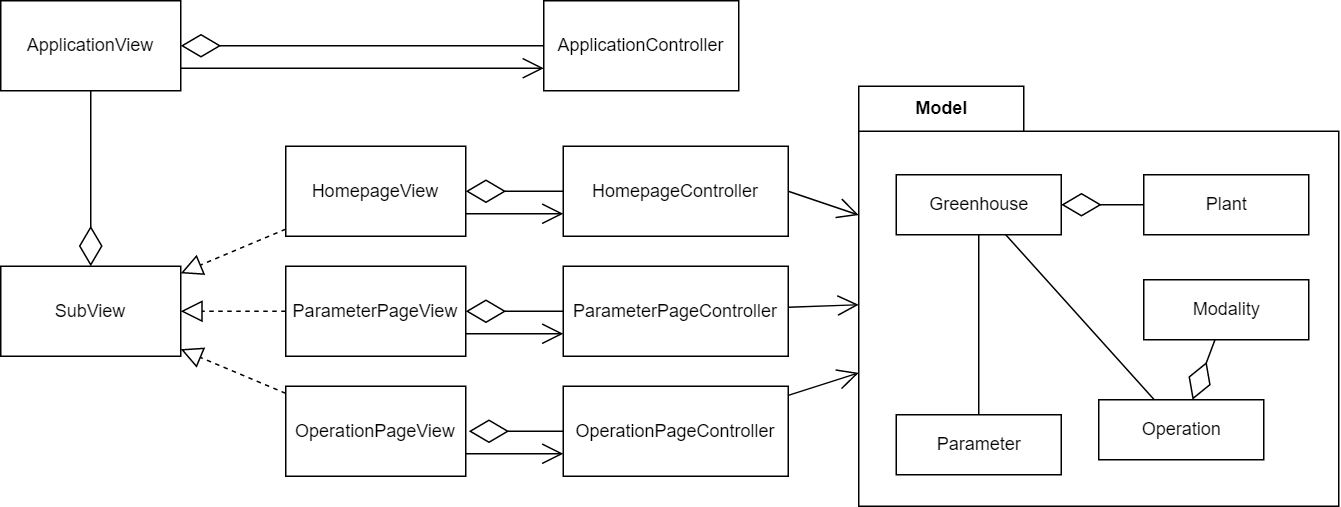
Before: docs/design/detailedDesign/img/desktop_classi.png, a diagram exported from draw.io (SmartGreenhouse-PC/Report). Source tidied: cells renumbered, new cells last; positions are measured from the earlier drawing's top-left corner, leaving out a move shared by most shapes.
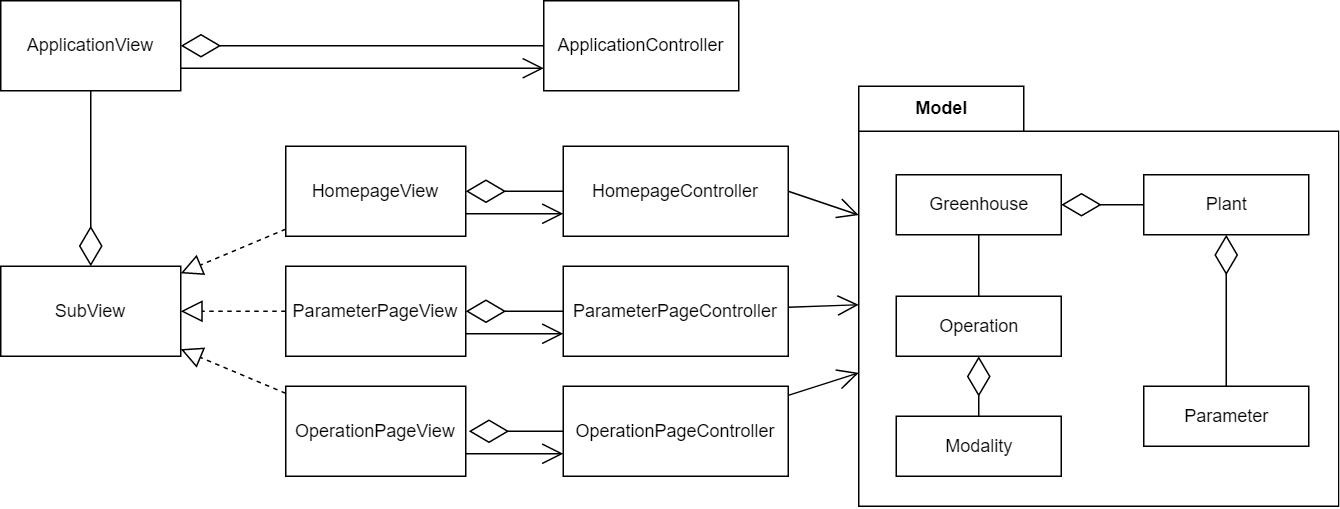
The same file after the commit.

Change to the diagram source:
```diff
@@ -20,7 +20,7 @@
       </mxGeometry>
     </mxCell>
     <mxCell id="7" value="Modality" style="html=1;" parent="5" vertex="1">
-      <mxGeometry x="190" y="129" width="110" height="40" as="geometry" />
+      <mxGeometry x="25" y="220" width="110" height="40" as="geometry" />
     </mxCell>
     <mxCell id="8" value="Plant" style="html=1;" parent="5" vertex="1">
       <mxGeometry x="190" y="59" width="110" height="40" as="geometry" />
@@ -35,12 +35,12 @@
       <mxGeometry relative="1" as="geometry" />
     </mxCell>
     <mxCell id="12" value="Operation" style="html=1;" parent="5" vertex="1">
-      <mxGeometry x="160" y="209" width="110" height="40" as="geometry" />
+      <mxGeometry x="25" y="140" width="110" height="40" as="geometry" />
     </mxCell>
     <mxCell id="13" value="Parameter" style="html=1;" parent="5" vertex="1">
-      <mxGeometry x="25" y="219" width="110" height="40" as="geometry" />
+      <mxGeometry x="190" y="200" width="110" height="40" as="geometry" />
     </mxCell>
-    <mxCell id="14" style="rounded=0;jettySize=auto;html=1;endArrow=none;endFill=0;" parent="5" edge="1" source="6" target="13">
+    <mxCell id="14" style="endArrow=diamondThin;endFill=0;endSize=24;html=1;rounded=0;" parent="5" edge="1" source="13" target="8">
       <mxGeometry relative="1" as="geometry" />
     </mxCell>
     <mxCell id="15" value="HomepageController" style="rounded=0;whiteSpace=wrap;html=1;" parent="1" vertex="1">
```
